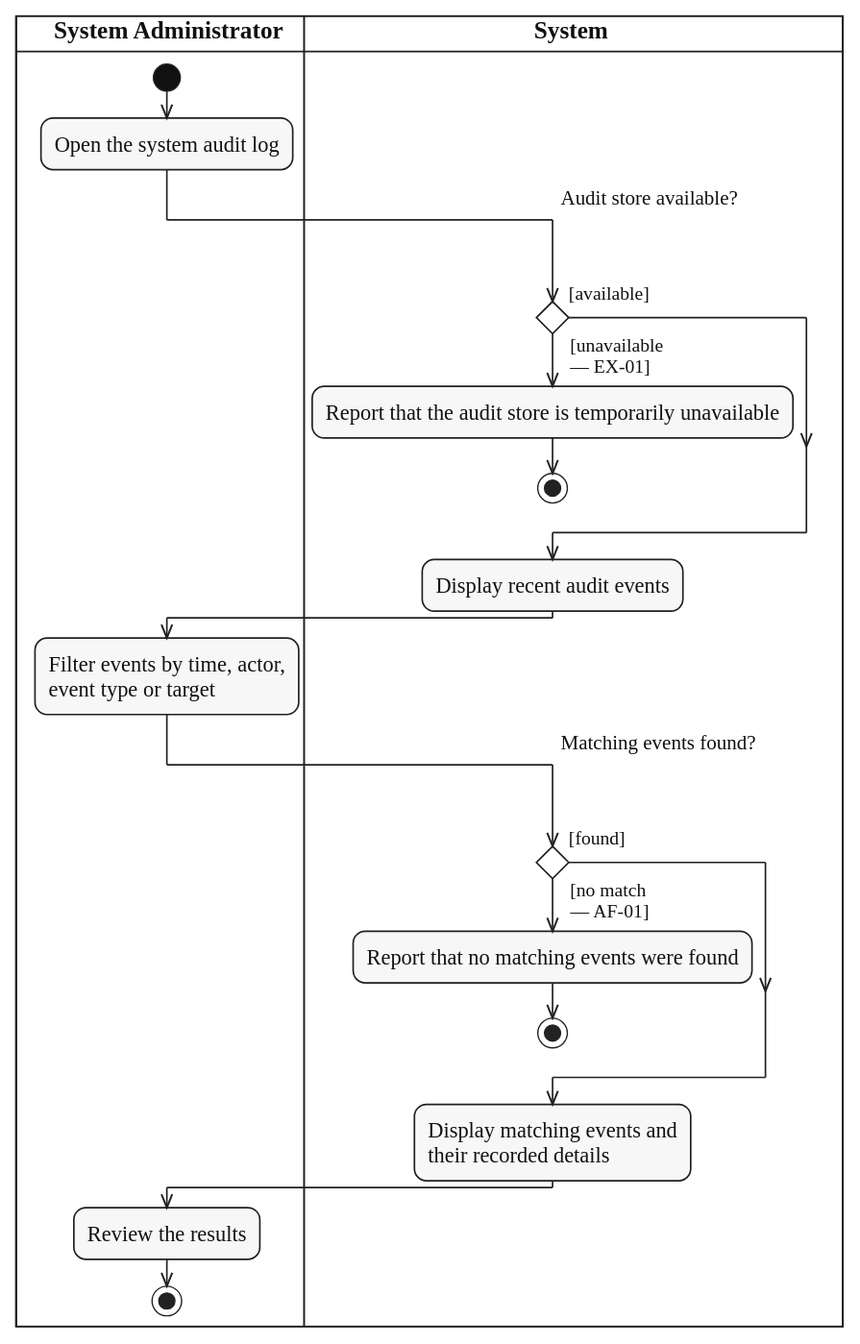
The PlantUML diagram diagrams/activity/system-administration/svg/UC-SYSTEM-AUDIT-LOG-REVIEW.svg in lukenab/swd392-doc-automation, before a commit. Its source is kept beside it as diagrams/activity/system-administration/source/UC-SYSTEM-AUDIT-LOG-REVIEW.puml. Its diagram source:
```plantuml
@startuml UC-SYSTEM-AUDIT-LOG-REVIEW
!include ../../_shared/activity-style.puml
|ADM| $lane_title("System Administrator")
|SYS| $lane_title("System")

|ADM|
start
:Open the system audit log;
|SYS|
if ($question_x("Audit store available?")) then ($guard_left("[available]"))
else ($guard_right("[unavailable", "— EX-01]"))
  :Report that the audit store is temporarily unavailable;
  stop
endif
:Display recent audit events;
|ADM|
:Filter events by time, actor,
event type or target;
|SYS|
if ($question_x("Matching events found?")) then ($guard_left("[found]"))
else ($guard_right("[no match", "— AF-01]"))
  :Report that no matching events were found;
  stop
endif
:Display matching events and
their recorded details;
|ADM|
:Review the results;
stop
@enduml
```
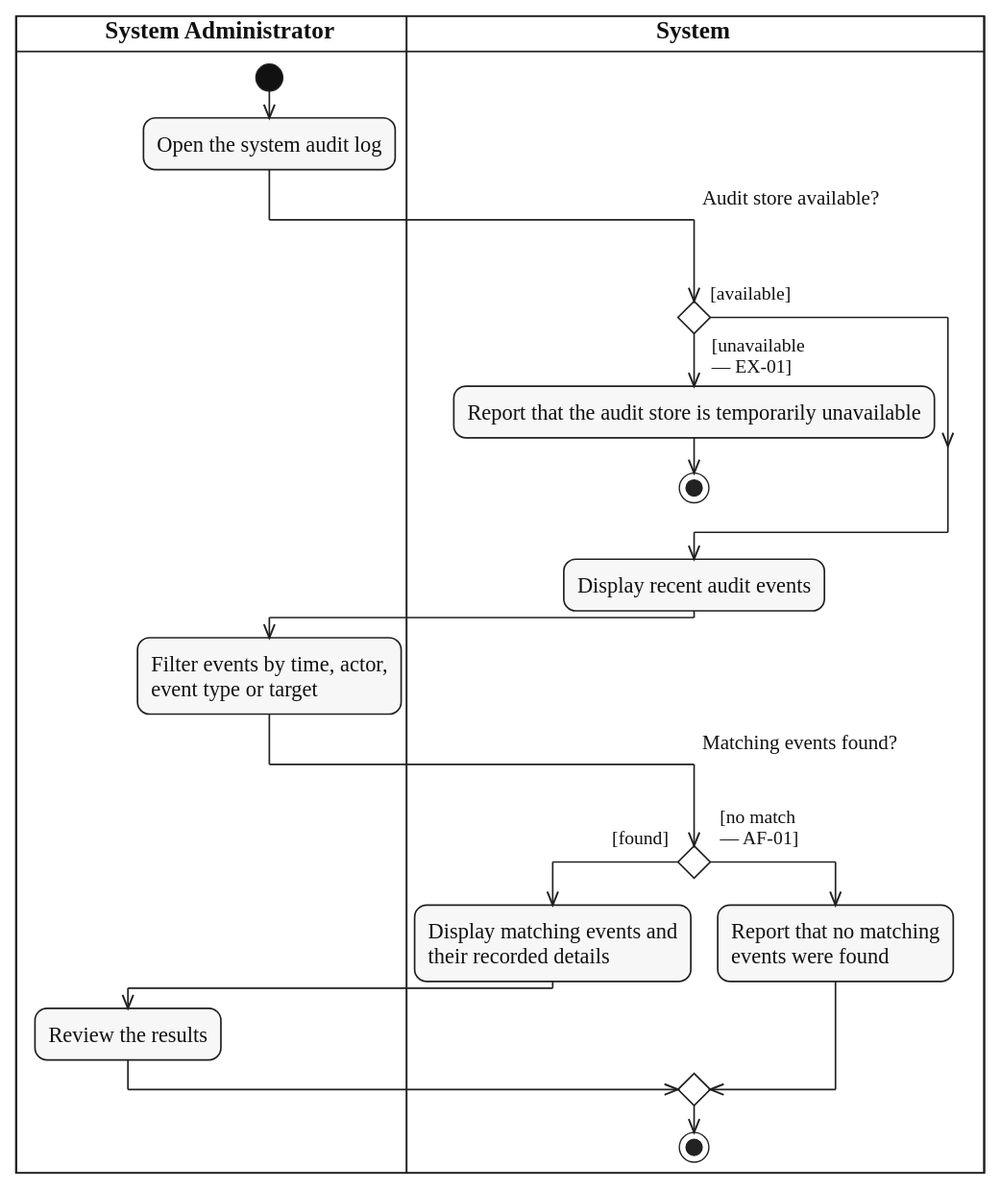
After the change.

Commit message:
docs(activity): merge end nodes in system administration diagrams

What changed in the source:
```diff
@@ -18,13 +18,14 @@
 event type or target;
 |SYS|
 if ($question_x("Matching events found?")) then ($guard_left("[found]"))
+  :Display matching events and
+  their recorded details;
+  |ADM|
+  :Review the results;
 else ($guard_right("[no match", "— AF-01]"))
-  :Report that no matching events were found;
-  stop
+  |SYS|
+  :Report that no matching
+  events were found;
 endif
-:Display matching events and
-their recorded details;
-|ADM|
-:Review the results;
 stop
 @enduml
```
